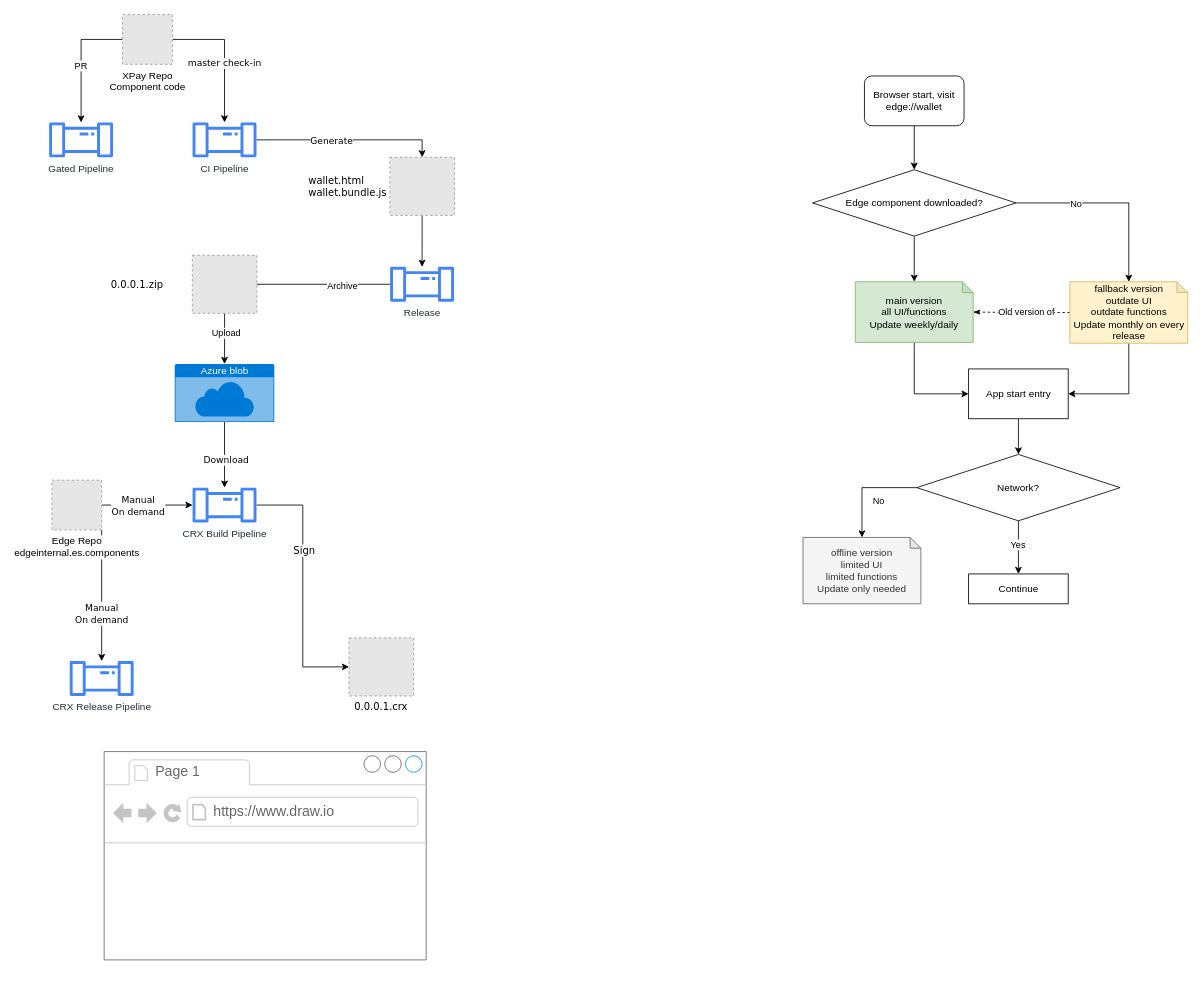
lancelodliu/draw.io keeps this draw.io diagram as page "Overall" (1 of 3) of Wallet hub migration.drawio. Above is the earlier version. Source tidied: cells renumbered, new cells numbered last; positions are measured from the earlier drawing's top-left corner, leaving out a move shared by most shapes. Both pictures are drawn from the tidied source at 83%, with x=0, y=0 at pixel (48, 14). Pictures stored in the file or linked from it are replaced by grey dashed boxes.
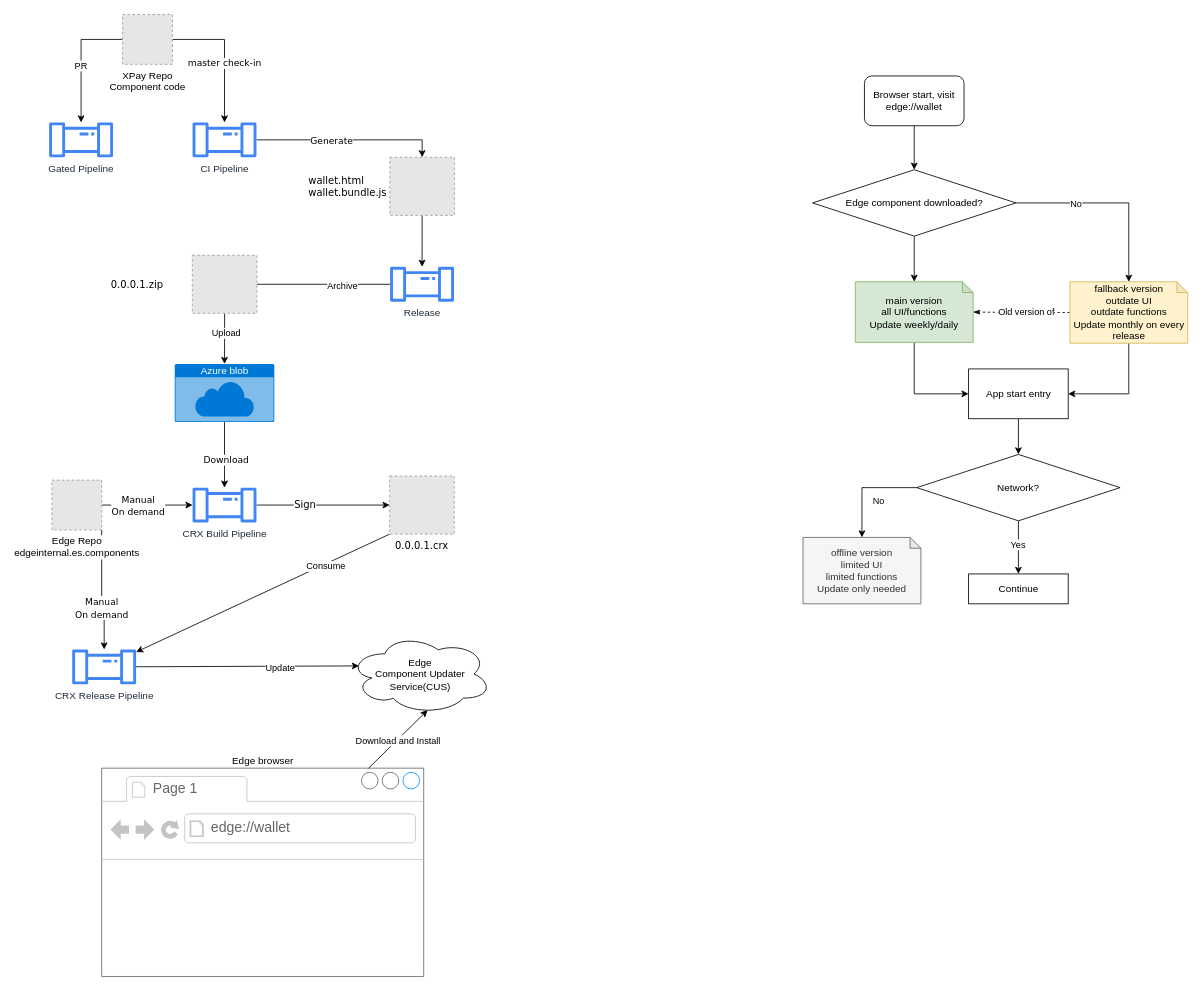
After the change.

Unchanged cells that the change refers to:
```xml
<mxCell id="22" value="CRX Build Pipeline" style="sketch=0;outlineConnect=0;fontColor=#232F3E;gradientColor=none;fillColor=#4285F4;strokeColor=none;dashed=0;verticalLabelPosition=bottom;verticalAlign=top;align=center;html=1;fontSize=12;fontStyle=0;shape=mxgraph.aws4.iot_analytics_pipeline;" parent="1" vertex="1">
  <mxGeometry x="173" y="570" width="78" height="42" as="geometry" />
</mxCell>
```

What changed in the source:
```diff
@@
-    <mxCell id="20" style="edgeStyle=orthogonalEdgeStyle;rounded=0;jettySize=auto;html=1;entryX=0;entryY=0.5;entryDx=0;entryDy=0;fontFamily=Verdana;fontSize=12;" parent="1" edge="1" source="22" target="23">
+    <mxCell id="20" style="edgeStyle=orthogonalEdgeStyle;rounded=0;jettySize=auto;html=1;fontFamily=Verdana;fontSize=12;" parent="1" edge="1" source="22" target="23">
       <mxGeometry relative="1" as="geometry" />
     </mxCell>
@@
     <mxCell id="23" value="0.0.0.1.crx" style="fillColor=#E6E6E6;strokeColor=#999999;dashed=1;verticalLabelPosition=bottom;labelBackgroundColor=#ffffff;verticalAlign=top;fontFamily=Verdana;" parent="1" vertex="1">
-      <mxGeometry x="362" y="751" width="77.8" height="70" as="geometry" />
+      <mxGeometry x="411" y="556" width="77.8" height="70" as="geometry" />
     </mxCell>
     <mxCell id="24" value="CRX Release Pipeline" style="sketch=0;outlineConnect=0;fontColor=#232F3E;gradientColor=none;fillColor=#4285F4;strokeColor=none;dashed=0;verticalLabelPosition=bottom;verticalAlign=top;align=center;html=1;fontSize=12;fontStyle=0;shape=mxgraph.aws4.iot_analytics_pipeline;" parent="1" vertex="1">
-      <mxGeometry x="25" y="779" width="78" height="42" as="geometry" />
+      <mxGeometry x="28" y="765" width="78" height="42" as="geometry" />
     </mxCell>
@@
-    <mxCell id="53" style="strokeWidth=1;shadow=0;dashed=0;align=center;html=1;shape=mxgraph.mockup.containers.browserWindow;rSize=0;strokeColor=#666666;strokeColor2=#008cff;strokeColor3=#c4c4c4;mainText=,;" parent="1" vertex="1">
-      <mxGeometry x="67" y="888" width="388" height="251" as="geometry" />
+    <mxCell id="53" value="Edge browser" style="strokeWidth=1;shadow=0;dashed=0;align=center;html=1;shape=mxgraph.mockup.containers.browserWindow;rSize=0;strokeColor=#666666;strokeColor2=#008cff;strokeColor3=#c4c4c4;mainText=,;labelPosition=center;verticalLabelPosition=top;verticalAlign=bottom;" parent="1" vertex="1">
+      <mxGeometry x="64" y="908" width="388" height="251" as="geometry" />
     </mxCell>
@@
-    <mxCell id="55" value="https://www.draw.io" style="strokeWidth=1;shadow=0;dashed=0;align=center;html=1;shape=mxgraph.mockup.containers.anchor;rSize=0;fontSize=17;fontColor=#666666;align=left;" parent="53" vertex="1">
+    <mxCell id="55" value="edge://wallet" style="strokeWidth=1;shadow=0;dashed=0;align=center;html=1;shape=mxgraph.mockup.containers.anchor;rSize=0;fontSize=17;fontColor=#666666;align=left;" parent="53" vertex="1">
       <mxGeometry x="130" y="60" width="250" height="26" as="geometry" />
     </mxCell>
+    <mxCell id="56" style="endArrow=classic;html=1;rounded=0;exitX=0;exitY=1;exitDx=0;exitDy=0;" parent="1" edge="1" source="23" target="24">
+      <mxGeometry relative="1" as="geometry" />
+    </mxCell>
+    <mxCell id="57" value="Consume" style="edgeLabel;html=1;align=center;verticalAlign=middle;" parent="56" vertex="1">
+      <mxGeometry x="-0.49" y="2" relative="1" as="geometry" />
+    </mxCell>
+    <mxCell id="58" value="Edge&lt;br&gt;Component Updater&lt;br&gt;Service(CUS)" style="ellipse;shape=cloud;whiteSpace=wrap;html=1;" parent="1" vertex="1">
+      <mxGeometry x="362" y="746" width="172.1" height="97" as="geometry" />
+    </mxCell>
+    <mxCell id="59" style="endArrow=classic;html=1;rounded=0;entryX=0.07;entryY=0.4;entryDx=0;entryDy=0;entryPerimeter=0;" parent="1" edge="1" source="24" target="58">
+      <mxGeometry relative="1" as="geometry" />
+    </mxCell>
+    <mxCell id="60" value="Update" style="edgeLabel;html=1;align=center;verticalAlign=middle;" parent="59" vertex="1">
+      <mxGeometry x="0.29" y="-2" relative="1" as="geometry" />
+    </mxCell>
+    <mxCell id="61" style="endArrow=classic;html=1;rounded=0;entryX=0.55;entryY=0.95;entryDx=0;entryDy=0;entryPerimeter=0;" parent="1" edge="1" source="53" target="58">
+      <mxGeometry relative="1" as="geometry" />
+    </mxCell>
+    <mxCell id="62" value="Download and Install" style="edgeLabel;html=1;align=center;verticalAlign=middle;" parent="61" vertex="1">
+      <mxGeometry x="-0.3" y="-1" relative="1" as="geometry">
+        <mxPoint x="9" y="-10" as="offset" />
+      </mxGeometry>
+    </mxCell>
```
